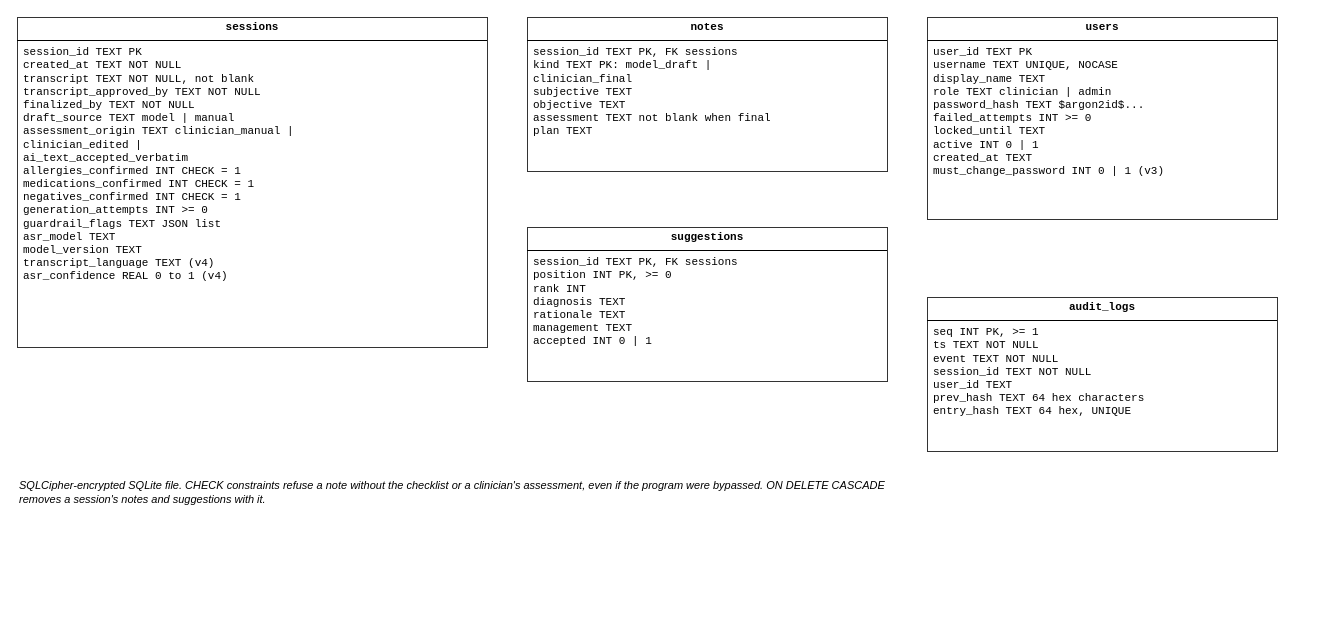
kinuthia-mark/Offline-Desktop-Based-Medical-Professional-Clinical-Consultation-Assistant- keeps this draw.io diagram as docs/design/fig-4-7-schema.drawio. Above is the earlier version. Source tidied: cells renumbered, new cells numbered last; positions are measured from the earlier drawing's top-left corner, leaving out a move shared by most shapes. Both pictures are drawn from the tidied source at 100%, with x=0, y=0 at pixel (17, 17).
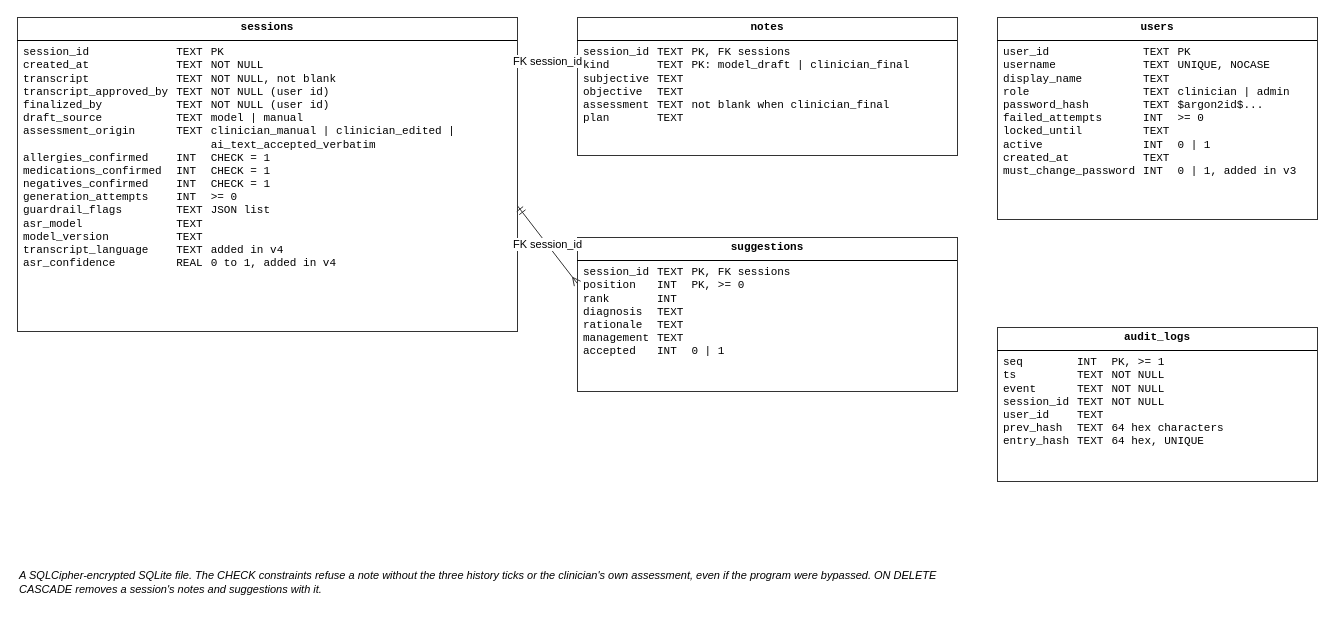
The same diagram, later.

Commit message (it also covers changes not shown here):
docs(design): figure 4.7 as aligned tables with foreign keys; ERD label

The edit, as a diff of the source:
```diff
@@
 <mxGraphModel background="#ffffff">
   <root>
     <mxCell id="0" />
     <mxCell id="1" parent="0" />
-    <mxCell id="2" value="&lt;p style=&quot;margin:4px 0;text-align:center;&quot;&gt;&lt;b&gt;sessions&lt;/b&gt;&lt;/p&gt;&lt;hr size=&quot;1&quot; style=&quot;border-style:solid;&quot;&gt;&lt;p style=&quot;margin:0 6px 4px;text-align:left;&quot;&gt;session_id             TEXT  PK&lt;br&gt;created_at             TEXT  NOT NULL&lt;br&gt;transcript             TEXT  NOT NULL, not blank&lt;br&gt;transcript_approved_by TEXT  NOT NULL&lt;br&gt;finalized_by           TEXT  NOT NULL&lt;br&gt;draft_source           TEXT  model | manual&lt;br&gt;assessment_origin      TEXT  clinician_manual |&lt;br&gt;                             clinician_edited |&lt;br&gt;                             ai_text_accepted_verbatim&lt;br&gt;allergies_confirmed    INT   CHECK = 1&lt;br&gt;medications_confirmed  INT   CHECK = 1&lt;br&gt;negatives_confirmed    INT   CHECK = 1&lt;br&gt;generation_attempts    INT   &amp;gt;= 0&lt;br&gt;guardrail_flags        TEXT  JSON list&lt;br&gt;asr_model              TEXT&lt;br&gt;model_version          TEXT&lt;br&gt;transcript_language    TEXT  (v4)&lt;br&gt;asr_confidence         REAL  0 to 1 (v4)&lt;/p&gt;" style="verticalAlign=top;align=left;overflow=fill;html=1;whiteSpace=wrap;fillColor=#ffffff;strokeColor=#333333;fontFamily=Courier New;fontSize=11;" parent="1" vertex="1">
-      <mxGeometry width="470" height="330" as="geometry" />
+    <mxCell id="2" value="&lt;p style=&quot;margin:4px 0;text-align:center;&quot;&gt;&lt;b&gt;sessions&lt;/b&gt;&lt;/p&gt;&lt;hr size=&quot;1&quot; style=&quot;border-style:solid;&quot;&gt;&lt;table style=&quot;margin:0 6px 4px;border-collapse:collapse;&quot;&gt;&lt;tr&gt;&lt;td style=&quot;padding:0 8px 0 0;&quot;&gt;session_id&lt;/td&gt;&lt;td style=&quot;padding:0 8px 0 0;&quot;&gt;TEXT&lt;/td&gt;&lt;td style=&quot;padding:0 8px 0 0;&quot;&gt;PK&lt;/td&gt;&lt;/tr&gt;&lt;tr&gt;&lt;td style=&quot;padding:0 8px 0 0;&quot;&gt;created_at&lt;/td&gt;&lt;td style=&quot;padding:0 8px 0 0;&quot;&gt;TEXT&lt;/td&gt;&lt;td style=&quot;padding:0 8px 0 0;&quot;&gt;NOT NULL&lt;/td&gt;&lt;/tr&gt;&lt;tr&gt;&lt;td style=&quot;padding:0 8px 0 0;&quot;&gt;transcript&lt;/td&gt;&lt;td style=&quot;padding:0 8px 0 0;&quot;&gt;TEXT&lt;/td&gt;&lt;td style=&quot;padding:0 8px 0 0;&quot;&gt;NOT NULL, not blank&lt;/td&gt;&lt;/tr&gt;&lt;tr&gt;&lt;td style=&quot;padding:0 8px 0 0;&quot;&gt;transcript_approved_by&lt;/td&gt;&lt;td style=&quot;padding:0 8px 0 0;&quot;&gt;TEXT&lt;/td&gt;&lt;td style=&quot;padding:0 8px 0 0;&quot;&gt;NOT NULL (user id)&lt;/td&gt;&lt;/tr&gt;&lt;tr&gt;&lt;td style=&quot;padding:0 8px 0 0;&quot;&gt;finalized_by&lt;/td&gt;&lt;td style=&quot;padding:0 8px 0 0;&quot;&gt;TEXT&lt;/td&gt;&lt;td style=&quot;padding:0 8px 0 0;&quot;&gt;NOT NULL (user id)&lt;/td&gt;&lt;/tr&gt;&lt;tr&gt;&lt;td style=&quot;padding:0 8px 0 0;&quot;&gt;draft_source&lt;/td&gt;&lt;td style=&quot;padding:0 8px 0 0;&quot;&gt;TEXT&lt;/td&gt;&lt;td style=&quot;padding:0 8px 0 0;&quot;&gt;model | manual&lt;/td&gt;&lt;/tr&gt;&lt;tr&gt;&lt;td style=&quot;padding:0 8px 0 0;&quot;&gt;assessment_origin&lt;/td&gt;&lt;td style=&quot;padding:0 8px 0 0;&quot;&gt;TEXT&lt;/td&gt;&lt;td style=&quot;padding:0 8px 0 0;&quot;&gt;clinician_manual | clinician_edited |&lt;/td&gt;&lt;/tr&gt;&lt;tr&gt;&lt;td style=&quot;padding:0 8px 0 0;&quot;&gt;&lt;/td&gt;&lt;td style=&quot;padding:0 8px 0 0;&quot;&gt;&lt;/td&gt;&lt;td style=&quot;padding:0 8px 0 0;&quot;&gt;ai_text_accepted_verbatim&lt;/td&gt;&lt;/tr&gt;&lt;tr&gt;&lt;td style=&quot;padding:0 8px 0 0;&quot;&gt;allergies_confirmed&lt;/td&gt;&lt;td style=&quot;padding:0 8px 0 0;&quot;&gt;INT&lt;/td&gt;&lt;td style=&quot;padding:0 8px 0 0;&quot;&gt;CHECK = 1&lt;/td&gt;&lt;/tr&gt;&lt;tr&gt;&lt;td style=&quot;padding:0 8px 0 0;&quot;&gt;medications_confirmed&lt;/td&gt;&lt;td style=&quot;padding:0 8px 0 0;&quot;&gt;INT&lt;/td&gt;&lt;td style=&quot;padding:0 8px 0 0;&quot;&gt;CHECK = 1&lt;/td&gt;&lt;/tr&gt;&lt;tr&gt;&lt;td style=&quot;padding:0 8px 0 0;&quot;&gt;negatives_confirmed&lt;/td&gt;&lt;td style=&quot;padding:0 8px 0 0;&quot;&gt;INT&lt;/td&gt;&lt;td style=&quot;padding:0 8px 0 0;&quot;&gt;CHECK = 1&lt;/td&gt;&lt;/tr&gt;&lt;tr&gt;&lt;td style=&quot;padding:0 8px 0 0;&quot;&gt;generation_attempts&lt;/td&gt;&lt;td style=&quot;padding:0 8px 0 0;&quot;&gt;INT&lt;/td&gt;&lt;td style=&quot;padding:0 8px 0 0;&quot;&gt;&amp;gt;= 0&lt;/td&gt;&lt;/tr&gt;&lt;tr&gt;&lt;td style=&quot;padding:0 8px 0 0;&quot;&gt;guardrail_flags&lt;/td&gt;&lt;td style=&quot;padding:0 8px 0 0;&quot;&gt;TEXT&lt;/td&gt;&lt;td style=&quot;padding:0 8px 0 0;&quot;&gt;JSON list&lt;/td&gt;&lt;/tr&gt;&lt;tr&gt;&lt;td style=&quot;padding:0 8px 0 0;&quot;&gt;asr_model&lt;/td&gt;&lt;td style=&quot;padding:0 8px 0 0;&quot;&gt;TEXT&lt;/td&gt;&lt;td style=&quot;padding:0 8px 0 0;&quot;&gt;&lt;/td&gt;&lt;/tr&gt;&lt;tr&gt;&lt;td style=&quot;padding:0 8px 0 0;&quot;&gt;model_version&lt;/td&gt;&lt;td style=&quot;padding:0 8px 0 0;&quot;&gt;TEXT&lt;/td&gt;&lt;td style=&quot;padding:0 8px 0 0;&quot;&gt;&lt;/td&gt;&lt;/tr&gt;&lt;tr&gt;&lt;td style=&quot;padding:0 8px 0 0;&quot;&gt;transcript_language&lt;/td&gt;&lt;td style=&quot;padding:0 8px 0 0;&quot;&gt;TEXT&lt;/td&gt;&lt;td style=&quot;padding:0 8px 0 0;&quot;&gt;added in v4&lt;/td&gt;&lt;/tr&gt;&lt;tr&gt;&lt;td style=&quot;padding:0 8px 0 0;&quot;&gt;asr_confidence&lt;/td&gt;&lt;td style=&quot;padding:0 8px 0 0;&quot;&gt;REAL&lt;/td&gt;&lt;td style=&quot;padding:0 8px 0 0;&quot;&gt;0 to 1, added in v4&lt;/td&gt;&lt;/tr&gt;&lt;/table&gt;" style="verticalAlign=top;align=left;overflow=fill;html=1;whiteSpace=wrap;fillColor=#ffffff;strokeColor=#333333;fontFamily=Courier New;fontSize=11;" parent="1" vertex="1">
+      <mxGeometry width="500" height="314" as="geometry" />
     </mxCell>
-    <mxCell id="3" value="&lt;p style=&quot;margin:4px 0;text-align:center;&quot;&gt;&lt;b&gt;notes&lt;/b&gt;&lt;/p&gt;&lt;hr size=&quot;1&quot; style=&quot;border-style:solid;&quot;&gt;&lt;p style=&quot;margin:0 6px 4px;text-align:left;&quot;&gt;session_id  TEXT  PK, FK sessions&lt;br&gt;kind        TEXT  PK: model_draft |&lt;br&gt;                  clinician_final&lt;br&gt;subjective  TEXT&lt;br&gt;objective   TEXT&lt;br&gt;assessment  TEXT  not blank when final&lt;br&gt;plan        TEXT&lt;/p&gt;" style="verticalAlign=top;align=left;overflow=fill;html=1;whiteSpace=wrap;fillColor=#ffffff;strokeColor=#333333;fontFamily=Courier New;fontSize=11;" parent="1" vertex="1">
-      <mxGeometry x="510" width="360" height="154" as="geometry" />
+    <mxCell id="3" value="&lt;p style=&quot;margin:4px 0;text-align:center;&quot;&gt;&lt;b&gt;notes&lt;/b&gt;&lt;/p&gt;&lt;hr size=&quot;1&quot; style=&quot;border-style:solid;&quot;&gt;&lt;table style=&quot;margin:0 6px 4px;border-collapse:collapse;&quot;&gt;&lt;tr&gt;&lt;td style=&quot;padding:0 8px 0 0;&quot;&gt;session_id&lt;/td&gt;&lt;td style=&quot;padding:0 8px 0 0;&quot;&gt;TEXT&lt;/td&gt;&lt;td style=&quot;padding:0 8px 0 0;&quot;&gt;PK, FK sessions&lt;/td&gt;&lt;/tr&gt;&lt;tr&gt;&lt;td style=&quot;padding:0 8px 0 0;&quot;&gt;kind&lt;/td&gt;&lt;td style=&quot;padding:0 8px 0 0;&quot;&gt;TEXT&lt;/td&gt;&lt;td style=&quot;padding:0 8px 0 0;&quot;&gt;PK: model_draft | clinician_final&lt;/td&gt;&lt;/tr&gt;&lt;tr&gt;&lt;td style=&quot;padding:0 8px 0 0;&quot;&gt;subjective&lt;/td&gt;&lt;td style=&quot;padding:0 8px 0 0;&quot;&gt;TEXT&lt;/td&gt;&lt;td style=&quot;padding:0 8px 0 0;&quot;&gt;&lt;/td&gt;&lt;/tr&gt;&lt;tr&gt;&lt;td style=&quot;padding:0 8px 0 0;&quot;&gt;objective&lt;/td&gt;&lt;td style=&quot;padding:0 8px 0 0;&quot;&gt;TEXT&lt;/td&gt;&lt;td style=&quot;padding:0 8px 0 0;&quot;&gt;&lt;/td&gt;&lt;/tr&gt;&lt;tr&gt;&lt;td style=&quot;padding:0 8px 0 0;&quot;&gt;assessment&lt;/td&gt;&lt;td style=&quot;padding:0 8px 0 0;&quot;&gt;TEXT&lt;/td&gt;&lt;td style=&quot;padding:0 8px 0 0;&quot;&gt;not blank when clinician_final&lt;/td&gt;&lt;/tr&gt;&lt;tr&gt;&lt;td style=&quot;padding:0 8px 0 0;&quot;&gt;plan&lt;/td&gt;&lt;td style=&quot;padding:0 8px 0 0;&quot;&gt;TEXT&lt;/td&gt;&lt;td style=&quot;padding:0 8px 0 0;&quot;&gt;&lt;/td&gt;&lt;/tr&gt;&lt;/table&gt;" style="verticalAlign=top;align=left;overflow=fill;html=1;whiteSpace=wrap;fillColor=#ffffff;strokeColor=#333333;fontFamily=Courier New;fontSize=11;" parent="1" vertex="1">
+      <mxGeometry x="560" width="380" height="138" as="geometry" />
     </mxCell>
-    <mxCell id="4" value="&lt;p style=&quot;margin:4px 0;text-align:center;&quot;&gt;&lt;b&gt;suggestions&lt;/b&gt;&lt;/p&gt;&lt;hr size=&quot;1&quot; style=&quot;border-style:solid;&quot;&gt;&lt;p style=&quot;margin:0 6px 4px;text-align:left;&quot;&gt;session_id  TEXT  PK, FK sessions&lt;br&gt;position    INT   PK, &amp;gt;= 0&lt;br&gt;rank        INT&lt;br&gt;diagnosis   TEXT&lt;br&gt;rationale   TEXT&lt;br&gt;management  TEXT&lt;br&gt;accepted    INT   0 | 1&lt;/p&gt;" style="verticalAlign=top;align=left;overflow=fill;html=1;whiteSpace=wrap;fillColor=#ffffff;strokeColor=#333333;fontFamily=Courier New;fontSize=11;" parent="1" vertex="1">
-      <mxGeometry x="510" y="210" width="360" height="154" as="geometry" />
+    <mxCell id="4" value="&lt;p style=&quot;margin:4px 0;text-align:center;&quot;&gt;&lt;b&gt;suggestions&lt;/b&gt;&lt;/p&gt;&lt;hr size=&quot;1&quot; style=&quot;border-style:solid;&quot;&gt;&lt;table style=&quot;margin:0 6px 4px;border-collapse:collapse;&quot;&gt;&lt;tr&gt;&lt;td style=&quot;padding:0 8px 0 0;&quot;&gt;session_id&lt;/td&gt;&lt;td style=&quot;padding:0 8px 0 0;&quot;&gt;TEXT&lt;/td&gt;&lt;td style=&quot;padding:0 8px 0 0;&quot;&gt;PK, FK sessions&lt;/td&gt;&lt;/tr&gt;&lt;tr&gt;&lt;td style=&quot;padding:0 8px 0 0;&quot;&gt;position&lt;/td&gt;&lt;td style=&quot;padding:0 8px 0 0;&quot;&gt;INT&lt;/td&gt;&lt;td style=&quot;padding:0 8px 0 0;&quot;&gt;PK, &amp;gt;= 0&lt;/td&gt;&lt;/tr&gt;&lt;tr&gt;&lt;td style=&quot;padding:0 8px 0 0;&quot;&gt;rank&lt;/td&gt;&lt;td style=&quot;padding:0 8px 0 0;&quot;&gt;INT&lt;/td&gt;&lt;td style=&quot;padding:0 8px 0 0;&quot;&gt;&lt;/td&gt;&lt;/tr&gt;&lt;tr&gt;&lt;td style=&quot;padding:0 8px 0 0;&quot;&gt;diagnosis&lt;/td&gt;&lt;td style=&quot;padding:0 8px 0 0;&quot;&gt;TEXT&lt;/td&gt;&lt;td style=&quot;padding:0 8px 0 0;&quot;&gt;&lt;/td&gt;&lt;/tr&gt;&lt;tr&gt;&lt;td style=&quot;padding:0 8px 0 0;&quot;&gt;rationale&lt;/td&gt;&lt;td style=&quot;padding:0 8px 0 0;&quot;&gt;TEXT&lt;/td&gt;&lt;td style=&quot;padding:0 8px 0 0;&quot;&gt;&lt;/td&gt;&lt;/tr&gt;&lt;tr&gt;&lt;td style=&quot;padding:0 8px 0 0;&quot;&gt;management&lt;/td&gt;&lt;td style=&quot;padding:0 8px 0 0;&quot;&gt;TEXT&lt;/td&gt;&lt;td style=&quot;padding:0 8px 0 0;&quot;&gt;&lt;/td&gt;&lt;/tr&gt;&lt;tr&gt;&lt;td style=&quot;padding:0 8px 0 0;&quot;&gt;accepted&lt;/td&gt;&lt;td style=&quot;padding:0 8px 0 0;&quot;&gt;INT&lt;/td&gt;&lt;td style=&quot;padding:0 8px 0 0;&quot;&gt;0 | 1&lt;/td&gt;&lt;/tr&gt;&lt;/table&gt;" style="verticalAlign=top;align=left;overflow=fill;html=1;whiteSpace=wrap;fillColor=#ffffff;strokeColor=#333333;fontFamily=Courier New;fontSize=11;" parent="1" vertex="1">
+      <mxGeometry x="560" y="220" width="380" height="154" as="geometry" />
     </mxCell>
-    <mxCell id="5" value="&lt;p style=&quot;margin:4px 0;text-align:center;&quot;&gt;&lt;b&gt;users&lt;/b&gt;&lt;/p&gt;&lt;hr size=&quot;1&quot; style=&quot;border-style:solid;&quot;&gt;&lt;p style=&quot;margin:0 6px 4px;text-align:left;&quot;&gt;user_id              TEXT  PK&lt;br&gt;username             TEXT  UNIQUE, NOCASE&lt;br&gt;display_name         TEXT&lt;br&gt;role                 TEXT  clinician | admin&lt;br&gt;password_hash        TEXT  $argon2id$...&lt;br&gt;failed_attempts      INT   &amp;gt;= 0&lt;br&gt;locked_until         TEXT&lt;br&gt;active               INT   0 | 1&lt;br&gt;created_at           TEXT&lt;br&gt;must_change_password INT   0 | 1 (v3)&lt;/p&gt;" style="verticalAlign=top;align=left;overflow=fill;html=1;whiteSpace=wrap;fillColor=#ffffff;strokeColor=#333333;fontFamily=Courier New;fontSize=11;" parent="1" vertex="1">
-      <mxGeometry x="910" width="350" height="202" as="geometry" />
+    <mxCell id="5" value="&lt;p style=&quot;margin:4px 0;text-align:center;&quot;&gt;&lt;b&gt;users&lt;/b&gt;&lt;/p&gt;&lt;hr size=&quot;1&quot; style=&quot;border-style:solid;&quot;&gt;&lt;table style=&quot;margin:0 6px 4px;border-collapse:collapse;&quot;&gt;&lt;tr&gt;&lt;td style=&quot;padding:0 8px 0 0;&quot;&gt;user_id&lt;/td&gt;&lt;td style=&quot;padding:0 8px 0 0;&quot;&gt;TEXT&lt;/td&gt;&lt;td style=&quot;padding:0 8px 0 0;&quot;&gt;PK&lt;/td&gt;&lt;/tr&gt;&lt;tr&gt;&lt;td style=&quot;padding:0 8px 0 0;&quot;&gt;username&lt;/td&gt;&lt;td style=&quot;padding:0 8px 0 0;&quot;&gt;TEXT&lt;/td&gt;&lt;td style=&quot;padding:0 8px 0 0;&quot;&gt;UNIQUE, NOCASE&lt;/td&gt;&lt;/tr&gt;&lt;tr&gt;&lt;td style=&quot;padding:0 8px 0 0;&quot;&gt;display_name&lt;/td&gt;&lt;td style=&quot;padding:0 8px 0 0;&quot;&gt;TEXT&lt;/td&gt;&lt;td style=&quot;padding:0 8px 0 0;&quot;&gt;&lt;/td&gt;&lt;/tr&gt;&lt;tr&gt;&lt;td style=&quot;padding:0 8px 0 0;&quot;&gt;role&lt;/td&gt;&lt;td style=&quot;padding:0 8px 0 0;&quot;&gt;TEXT&lt;/td&gt;&lt;td style=&quot;padding:0 8px 0 0;&quot;&gt;clinician | admin&lt;/td&gt;&lt;/tr&gt;&lt;tr&gt;&lt;td style=&quot;padding:0 8px 0 0;&quot;&gt;password_hash&lt;/td&gt;&lt;td style=&quot;padding:0 8px 0 0;&quot;&gt;TEXT&lt;/td&gt;&lt;td style=&quot;padding:0 8px 0 0;&quot;&gt;$argon2id$...&lt;/td&gt;&lt;/tr&gt;&lt;tr&gt;&lt;td style=&quot;padding:0 8px 0 0;&quot;&gt;failed_attempts&lt;/td&gt;&lt;td style=&quot;padding:0 8px 0 0;&quot;&gt;INT&lt;/td&gt;&lt;td style=&quot;padding:0 8px 0 0;&quot;&gt;&amp;gt;= 0&lt;/td&gt;&lt;/tr&gt;&lt;tr&gt;&lt;td style=&quot;padding:0 8px 0 0;&quot;&gt;locked_until&lt;/td&gt;&lt;td style=&quot;padding:0 8px 0 0;&quot;&gt;TEXT&lt;/td&gt;&lt;td style=&quot;padding:0 8px 0 0;&quot;&gt;&lt;/td&gt;&lt;/tr&gt;&lt;tr&gt;&lt;td style=&quot;padding:0 8px 0 0;&quot;&gt;active&lt;/td&gt;&lt;td style=&quot;padding:0 8px 0 0;&quot;&gt;INT&lt;/td&gt;&lt;td style=&quot;padding:0 8px 0 0;&quot;&gt;0 | 1&lt;/td&gt;&lt;/tr&gt;&lt;tr&gt;&lt;td style=&quot;padding:0 8px 0 0;&quot;&gt;created_at&lt;/td&gt;&lt;td style=&quot;padding:0 8px 0 0;&quot;&gt;TEXT&lt;/td&gt;&lt;td style=&quot;padding:0 8px 0 0;&quot;&gt;&lt;/td&gt;&lt;/tr&gt;&lt;tr&gt;&lt;td style=&quot;padding:0 8px 0 0;&quot;&gt;must_change_password&lt;/td&gt;&lt;td style=&quot;padding:0 8px 0 0;&quot;&gt;INT&lt;/td&gt;&lt;td style=&quot;padding:0 8px 0 0;&quot;&gt;0 | 1, added in v3&lt;/td&gt;&lt;/tr&gt;&lt;/table&gt;" style="verticalAlign=top;align=left;overflow=fill;html=1;whiteSpace=wrap;fillColor=#ffffff;strokeColor=#333333;fontFamily=Courier New;fontSize=11;" parent="1" vertex="1">
+      <mxGeometry x="980" width="320" height="202" as="geometry" />
     </mxCell>
-    <mxCell id="6" value="&lt;p style=&quot;margin:4px 0;text-align:center;&quot;&gt;&lt;b&gt;audit_logs&lt;/b&gt;&lt;/p&gt;&lt;hr size=&quot;1&quot; style=&quot;border-style:solid;&quot;&gt;&lt;p style=&quot;margin:0 6px 4px;text-align:left;&quot;&gt;seq         INT   PK, &amp;gt;= 1&lt;br&gt;ts          TEXT  NOT NULL&lt;br&gt;event       TEXT  NOT NULL&lt;br&gt;session_id  TEXT  NOT NULL&lt;br&gt;user_id     TEXT&lt;br&gt;prev_hash   TEXT  64 hex characters&lt;br&gt;entry_hash  TEXT  64 hex, UNIQUE&lt;/p&gt;" style="verticalAlign=top;align=left;overflow=fill;html=1;whiteSpace=wrap;fillColor=#ffffff;strokeColor=#333333;fontFamily=Courier New;fontSize=11;" parent="1" vertex="1">
-      <mxGeometry x="910" y="280" width="350" height="154" as="geometry" />
+    <mxCell id="6" value="&lt;p style=&quot;margin:4px 0;text-align:center;&quot;&gt;&lt;b&gt;audit_logs&lt;/b&gt;&lt;/p&gt;&lt;hr size=&quot;1&quot; style=&quot;border-style:solid;&quot;&gt;&lt;table style=&quot;margin:0 6px 4px;border-collapse:collapse;&quot;&gt;&lt;tr&gt;&lt;td style=&quot;padding:0 8px 0 0;&quot;&gt;seq&lt;/td&gt;&lt;td style=&quot;padding:0 8px 0 0;&quot;&gt;INT&lt;/td&gt;&lt;td style=&quot;padding:0 8px 0 0;&quot;&gt;PK, &amp;gt;= 1&lt;/td&gt;&lt;/tr&gt;&lt;tr&gt;&lt;td style=&quot;padding:0 8px 0 0;&quot;&gt;ts&lt;/td&gt;&lt;td style=&quot;padding:0 8px 0 0;&quot;&gt;TEXT&lt;/td&gt;&lt;td style=&quot;padding:0 8px 0 0;&quot;&gt;NOT NULL&lt;/td&gt;&lt;/tr&gt;&lt;tr&gt;&lt;td style=&quot;padding:0 8px 0 0;&quot;&gt;event&lt;/td&gt;&lt;td style=&quot;padding:0 8px 0 0;&quot;&gt;TEXT&lt;/td&gt;&lt;td style=&quot;padding:0 8px 0 0;&quot;&gt;NOT NULL&lt;/td&gt;&lt;/tr&gt;&lt;tr&gt;&lt;td style=&quot;padding:0 8px 0 0;&quot;&gt;session_id&lt;/td&gt;&lt;td style=&quot;padding:0 8px 0 0;&quot;&gt;TEXT&lt;/td&gt;&lt;td style=&quot;padding:0 8px 0 0;&quot;&gt;NOT NULL&lt;/td&gt;&lt;/tr&gt;&lt;tr&gt;&lt;td style=&quot;padding:0 8px 0 0;&quot;&gt;user_id&lt;/td&gt;&lt;td style=&quot;padding:0 8px 0 0;&quot;&gt;TEXT&lt;/td&gt;&lt;td style=&quot;padding:0 8px 0 0;&quot;&gt;&lt;/td&gt;&lt;/tr&gt;&lt;tr&gt;&lt;td style=&quot;padding:0 8px 0 0;&quot;&gt;prev_hash&lt;/td&gt;&lt;td style=&quot;padding:0 8px 0 0;&quot;&gt;TEXT&lt;/td&gt;&lt;td style=&quot;padding:0 8px 0 0;&quot;&gt;64 hex characters&lt;/td&gt;&lt;/tr&gt;&lt;tr&gt;&lt;td style=&quot;padding:0 8px 0 0;&quot;&gt;entry_hash&lt;/td&gt;&lt;td style=&quot;padding:0 8px 0 0;&quot;&gt;TEXT&lt;/td&gt;&lt;td style=&quot;padding:0 8px 0 0;&quot;&gt;64 hex, UNIQUE&lt;/td&gt;&lt;/tr&gt;&lt;/table&gt;" style="verticalAlign=top;align=left;overflow=fill;html=1;whiteSpace=wrap;fillColor=#ffffff;strokeColor=#333333;fontFamily=Courier New;fontSize=11;" parent="1" vertex="1">
+      <mxGeometry x="980" y="310" width="320" height="154" as="geometry" />
     </mxCell>
-    <mxCell id="7" value="SQLCipher-encrypted SQLite file. CHECK constraints refuse a note without the checklist or a clinician's assessment, even if the program were bypassed. ON DELETE CASCADE removes a session's notes and suggestions with it." style="text;html=1;whiteSpace=wrap;fontFamily=Helvetica;fontSize=11;align=left;verticalAlign=middle;fontColor=#000000;fontStyle=2;" parent="1" vertex="1">
-      <mxGeometry y="450" width="900" height="50" as="geometry" />
+    <mxCell id="7" value="FK session_id" style="html=1;strokeColor=#333333;fontFamily=Helvetica;fontSize=11;endArrow=ERmandOne;endFill=0;startArrow=ERmany;startFill=0;labelBackgroundColor=#ffffff;exitX=0;exitY=0.3;exitDx=0;exitDy=0;entryX=1;entryY=0.15;entryDx=0;entryDy=0;" parent="1" edge="1" source="3" target="2">
+      <mxGeometry relative="1" as="geometry" />
     </mxCell>
+    <mxCell id="8" value="FK session_id" style="html=1;strokeColor=#333333;fontFamily=Helvetica;fontSize=11;endArrow=ERmandOne;endFill=0;startArrow=ERmany;startFill=0;labelBackgroundColor=#ffffff;exitX=0;exitY=0.3;exitDx=0;exitDy=0;entryX=1;entryY=0.6;entryDx=0;entryDy=0;" parent="1" edge="1" source="4" target="2">
+      <mxGeometry relative="1" as="geometry" />
+    </mxCell>
+    <mxCell id="9" value="A SQLCipher-encrypted SQLite file. The CHECK constraints refuse a note without the three history ticks or the clinician's own assessment, even if the program were bypassed. ON DELETE CASCADE removes a session's notes and suggestions with it." style="text;html=1;whiteSpace=wrap;fontFamily=Helvetica;fontSize=11;align=left;verticalAlign=middle;fontColor=#000000;fontStyle=2;" parent="1" vertex="1">
+      <mxGeometry y="540" width="940" height="50" as="geometry" />
+    </mxCell>
   </root>
 </mxGraphModel>
```
